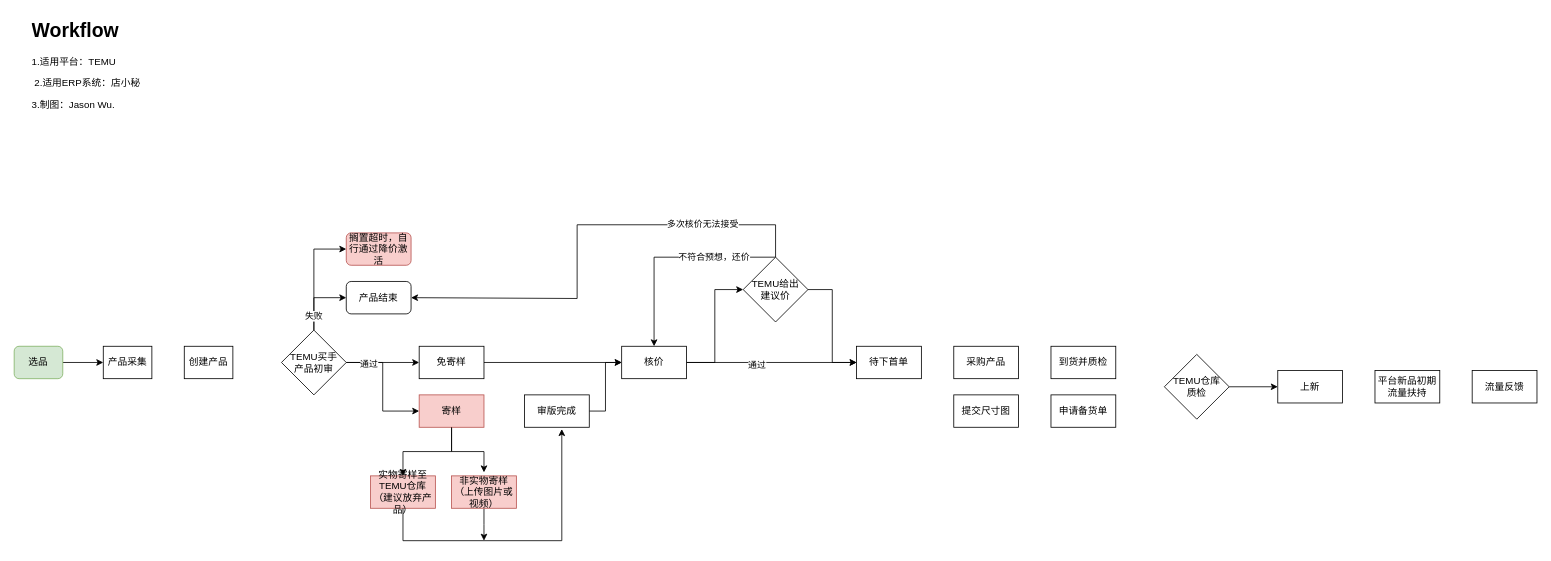
Wu-JunHui/Drawings keeps this draw.io diagram as workflow.drawio. Above is the earlier version. Source tidied: cells renumbered, new cells numbered last; positions are measured from the earlier drawing's top-left corner, leaving out a move shared by most shapes. Both pictures are drawn from the tidied source at 81%, with x=0, y=0 at pixel (14, 14).
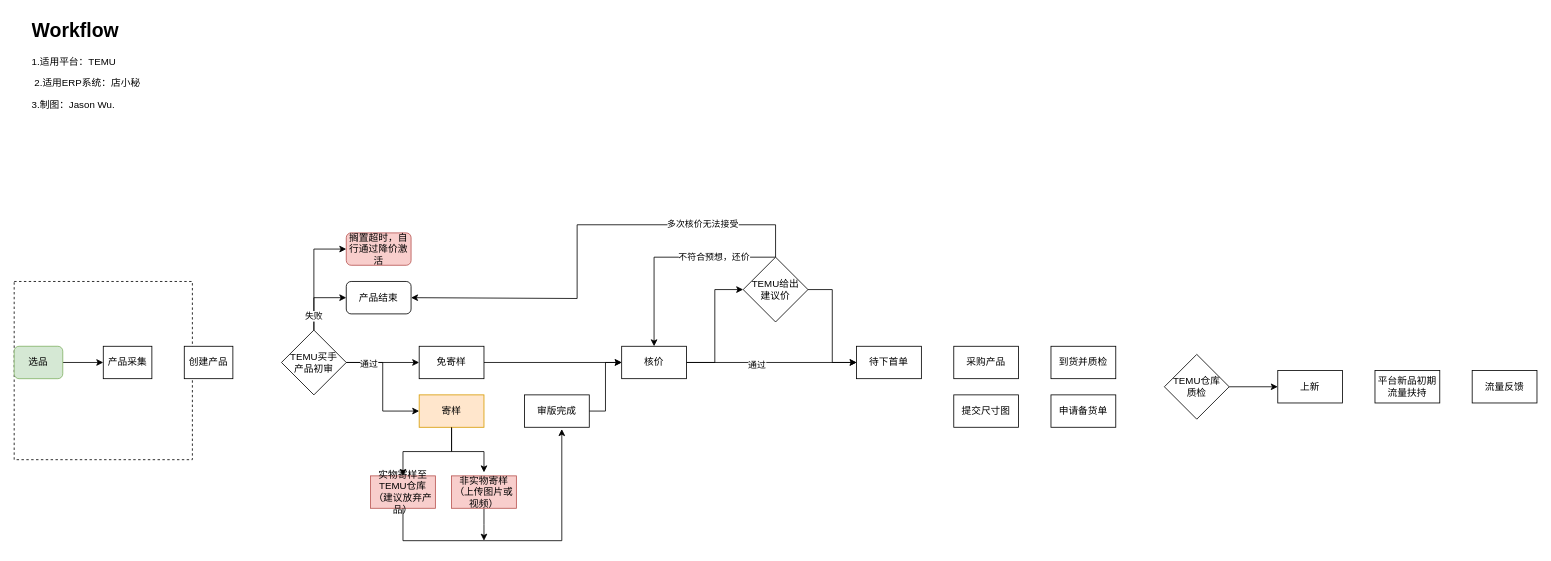
Above is the later version.

The edit, as a diff of the source:
```diff
@@
+    <mxCell id="47" style="whiteSpace=wrap;html=1;fillColor=none;dashed=1;" parent="1" vertex="1">
+      <mxGeometry y="330" width="220" height="220" as="geometry" />
+    </mxCell>
@@
-    <mxCell id="19" value="寄样" style="rounded=0;whiteSpace=wrap;html=1;fillColor=#f8cecc;strokeColor=#b85450;" parent="1" vertex="1">
+    <mxCell id="19" value="寄样" style="rounded=0;whiteSpace=wrap;html=1;fillColor=#ffe6cc;strokeColor=#d79b00;" parent="1" vertex="1">
       <mxGeometry x="500" y="470" width="80" height="40" as="geometry" />
     </mxCell>
```
